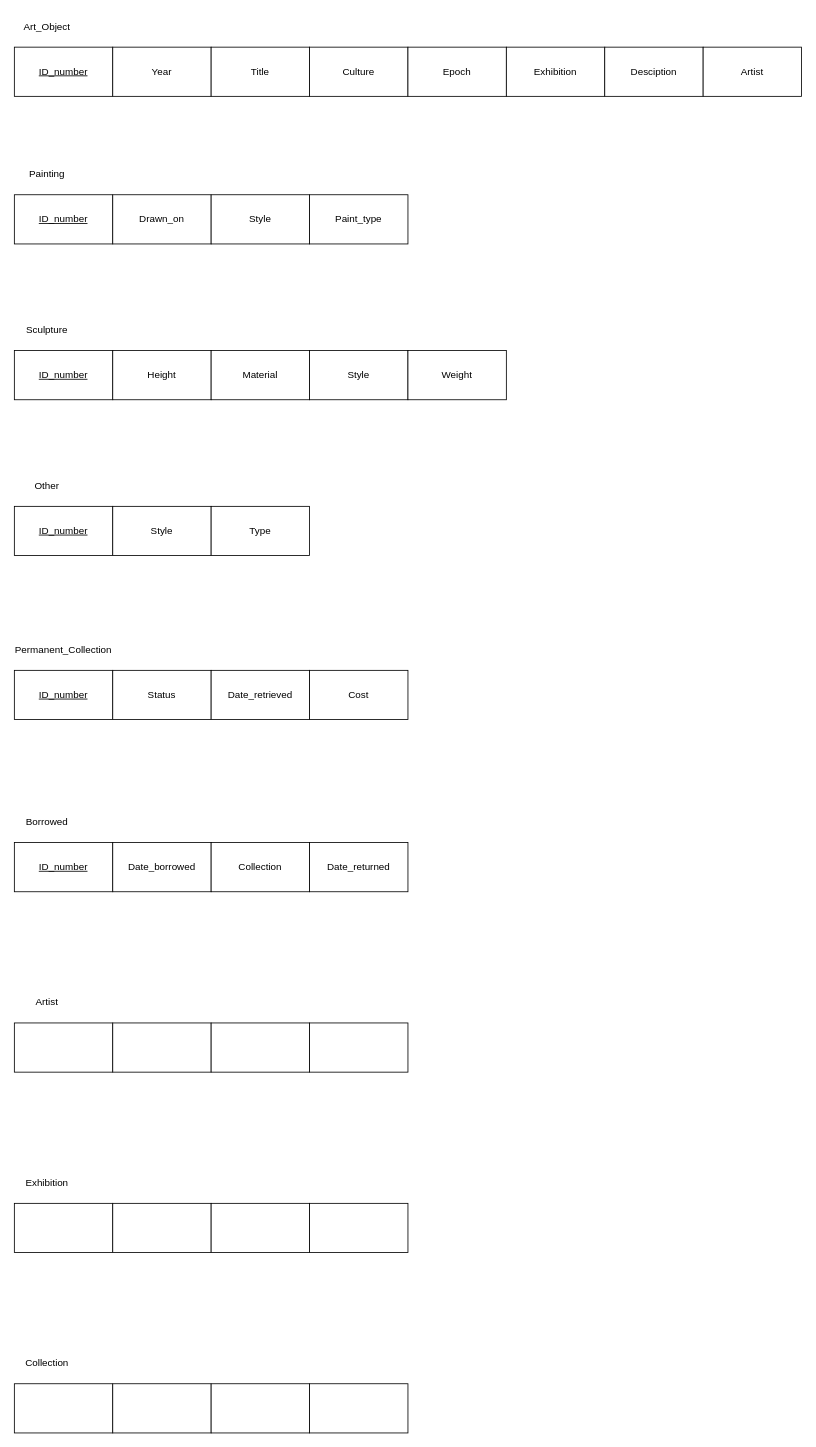
The draw.io diagram EERD.drawio in ENSF-300-F23/museum-project-l03-35, before the edit. Source tidied: cells renumbered, new cells numbered last; positions are measured from the earlier drawing's top-left corner, leaving out a move shared by most shapes. Both pictures are drawn from the tidied source at 82%, with x=0, y=0 at pixel (14, 14).
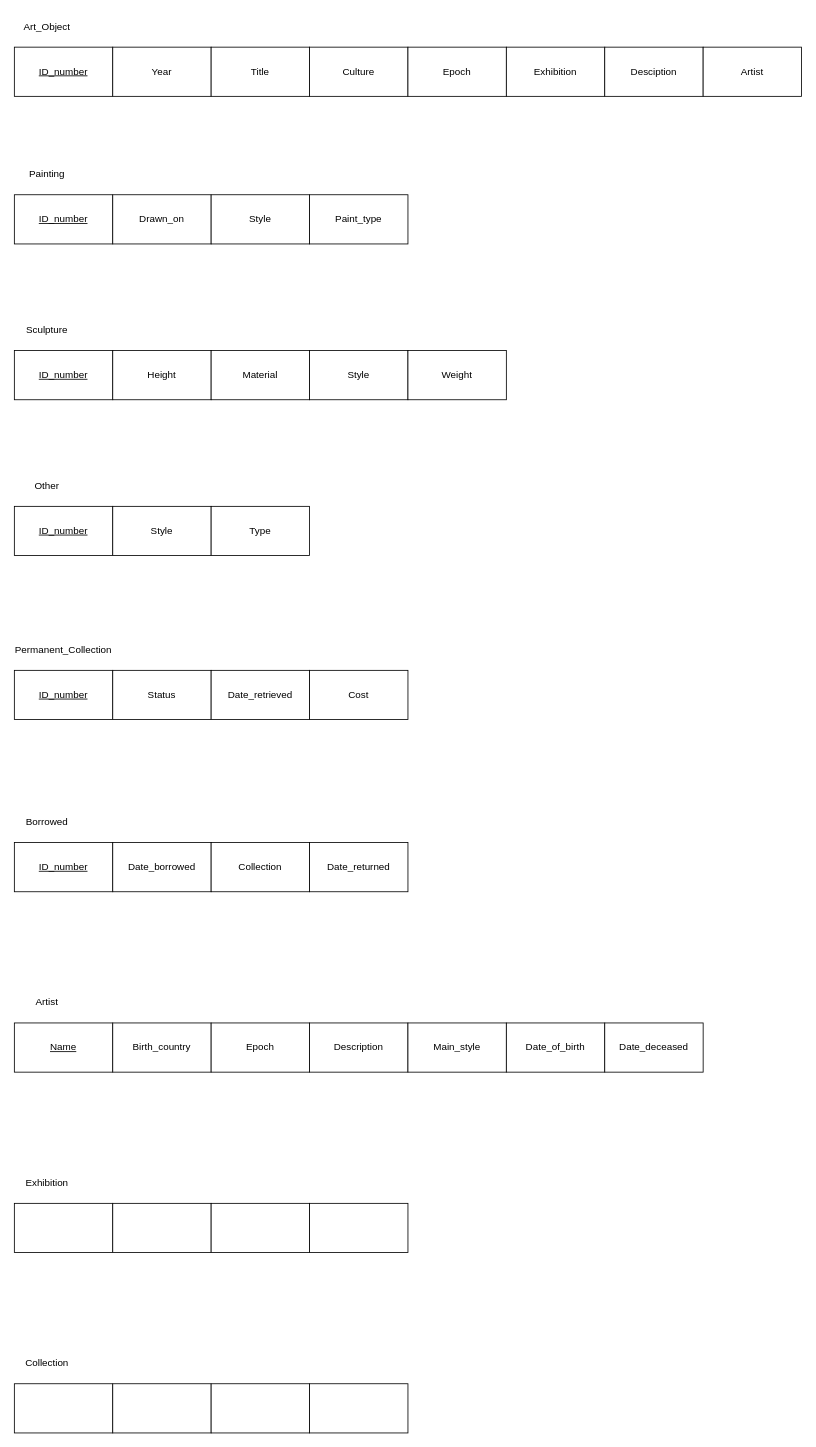
The same diagram, later.

Commit message:
Added primary key and attributes for "Artist" entity

The edit, as a diff of the source:
```diff
@@
-    <mxCell id="32" style="rounded=0;whiteSpace=wrap;html=1;" parent="1" vertex="1">
+    <mxCell id="32" value="&lt;u&gt;Name&lt;/u&gt;" style="rounded=0;whiteSpace=wrap;html=1;" parent="1" vertex="1">
       <mxGeometry y="1230" width="120" height="60" as="geometry" />
     </mxCell>
-    <mxCell id="33" style="rounded=0;whiteSpace=wrap;html=1;" parent="1" vertex="1">
+    <mxCell id="33" value="Birth_country" style="rounded=0;whiteSpace=wrap;html=1;" parent="1" vertex="1">
       <mxGeometry x="120" y="1230" width="120" height="60" as="geometry" />
     </mxCell>
-    <mxCell id="34" style="rounded=0;whiteSpace=wrap;html=1;" parent="1" vertex="1">
+    <mxCell id="34" value="Epoch" style="rounded=0;whiteSpace=wrap;html=1;" parent="1" vertex="1">
       <mxGeometry x="240" y="1230" width="120" height="60" as="geometry" />
     </mxCell>
-    <mxCell id="35" style="rounded=0;whiteSpace=wrap;html=1;" parent="1" vertex="1">
+    <mxCell id="35" value="Description" style="rounded=0;whiteSpace=wrap;html=1;" parent="1" vertex="1">
       <mxGeometry x="360" y="1230" width="120" height="60" as="geometry" />
     </mxCell>
@@
+    <mxCell id="51" value="Main_style" style="rounded=0;whiteSpace=wrap;html=1;" parent="1" vertex="1">
+      <mxGeometry x="480" y="1230" width="120" height="60" as="geometry" />
+    </mxCell>
+    <mxCell id="52" value="Date_of_birth" style="rounded=0;whiteSpace=wrap;html=1;" parent="1" vertex="1">
+      <mxGeometry x="600" y="1230" width="120" height="60" as="geometry" />
+    </mxCell>
+    <mxCell id="53" value="Date_deceased" style="rounded=0;whiteSpace=wrap;html=1;" parent="1" vertex="1">
+      <mxGeometry x="720" y="1230" width="120" height="60" as="geometry" />
+    </mxCell>
```
